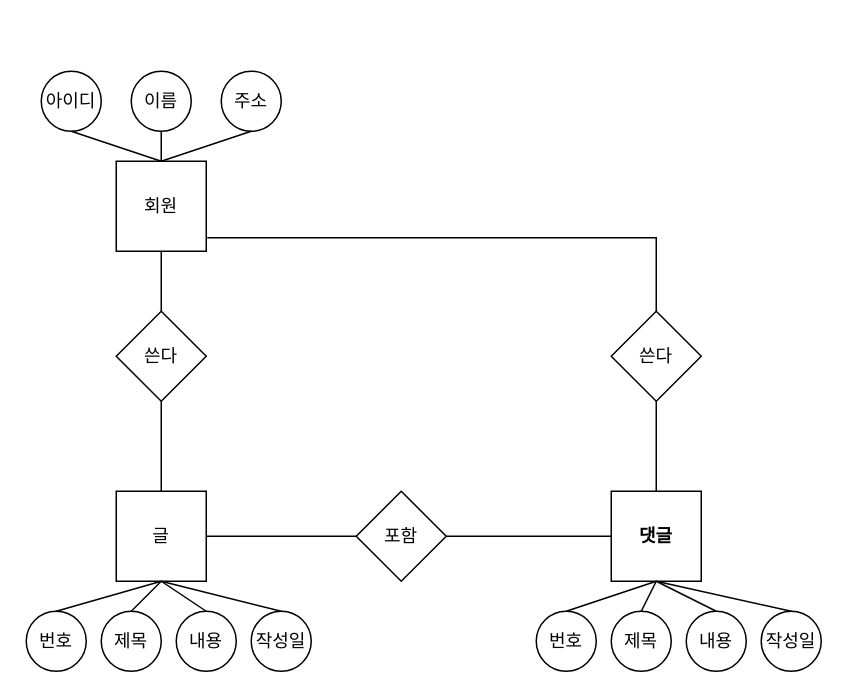
This is 제목 없는 다이어그램.drawio from ddd654/SQL, a draw.io file, before an edit. Source tidied: cells renumbered, new cells numbered last; positions are measured from the earlier drawing's top-left corner, leaving out a move shared by most shapes. Both pictures are drawn from the tidied source at 150%, with x=0, y=0 at pixel (26, 70).
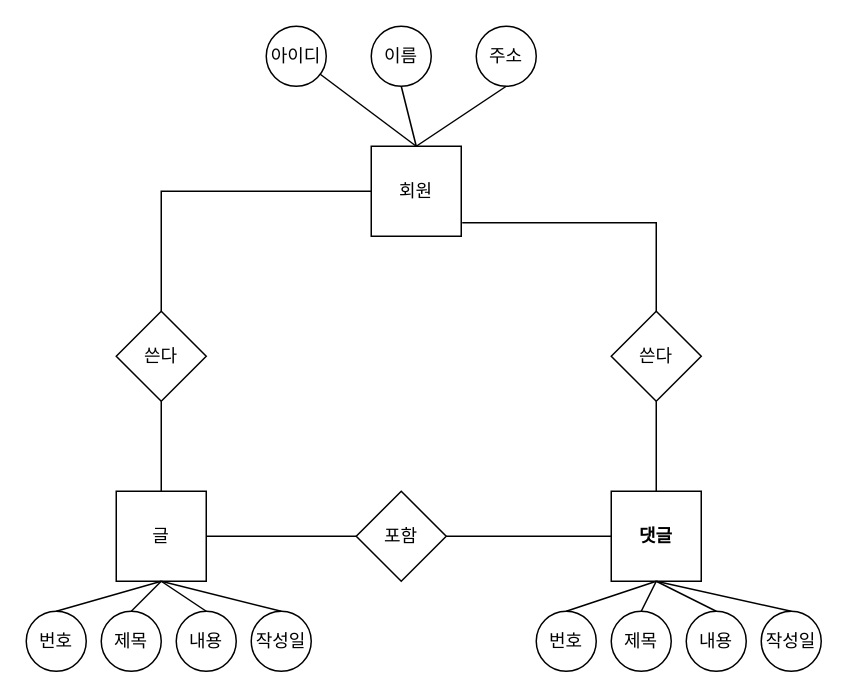
After the change.

Commit message:
제목 없는 다이어그램.drawio 업데이트

Diff of the diagram source:
```diff
@@
     <mxCell id="4" value="회원" style="rounded=0;whiteSpace=wrap;html=1;strokeColor=default;" parent="1" vertex="1">
-      <mxGeometry x="60" y="60" width="60" height="60" as="geometry" />
+      <mxGeometry x="230" y="50" width="60" height="60" as="geometry" />
     </mxCell>
@@
     <mxCell id="11" value="아이디" style="ellipse;whiteSpace=wrap;html=1;strokeColor=default;" parent="1" vertex="1">
-      <mxGeometry x="10" width="40" height="40" as="geometry" />
+      <mxGeometry x="160" y="-30" width="40" height="40" as="geometry" />
     </mxCell>
     <mxCell id="12" value="이름" style="ellipse;whiteSpace=wrap;html=1;" parent="1" vertex="1">
-      <mxGeometry x="70" width="40" height="40" as="geometry" />
+      <mxGeometry x="230" y="-30" width="40" height="40" as="geometry" />
     </mxCell>
     <mxCell id="13" value="주소" style="ellipse;whiteSpace=wrap;html=1;" parent="1" vertex="1">
-      <mxGeometry x="130" width="40" height="40" as="geometry" />
+      <mxGeometry x="300" y="-30" width="40" height="40" as="geometry" />
     </mxCell>
@@
-    <mxCell id="27" style="edgeStyle=none;jettySize=auto;html=1;rounded=0;endArrow=none;endFill=0;exitX=0.5;exitY=0;exitDx=0;exitDy=0;entryX=0.5;entryY=1;entryDx=0;entryDy=0;" parent="1" edge="1" source="4">
-      <mxGeometry relative="1" as="geometry">
-        <mxPoint x="30" y="40" as="targetPoint" />
-      </mxGeometry>
+    <mxCell id="27" style="edgeStyle=none;jettySize=auto;html=1;rounded=0;endArrow=none;endFill=0;exitX=0.5;exitY=0;exitDx=0;exitDy=0;" parent="1" edge="1" source="4" target="11">
+      <mxGeometry relative="1" as="geometry" />
     </mxCell>
```
